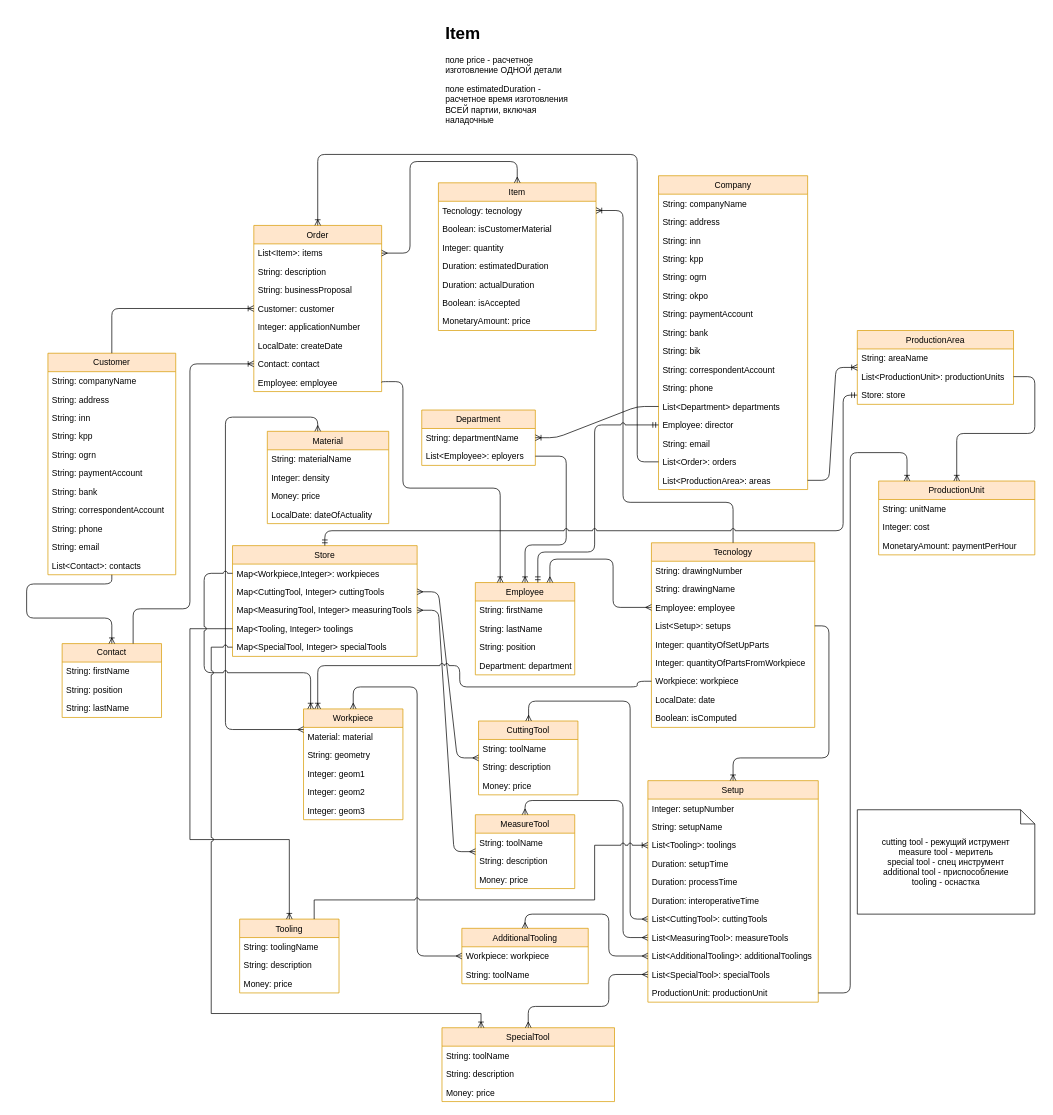
Shaman58/sfsb keeps this draw.io diagram as erp.drawio. Above is the earlier version. Source tidied: cells renumbered, new cells numbered last; positions are measured from the earlier drawing's top-left corner, leaving out a move shared by most shapes. Both pictures are drawn from the tidied source at 71%, with x=0, y=0 at pixel (26, 19).
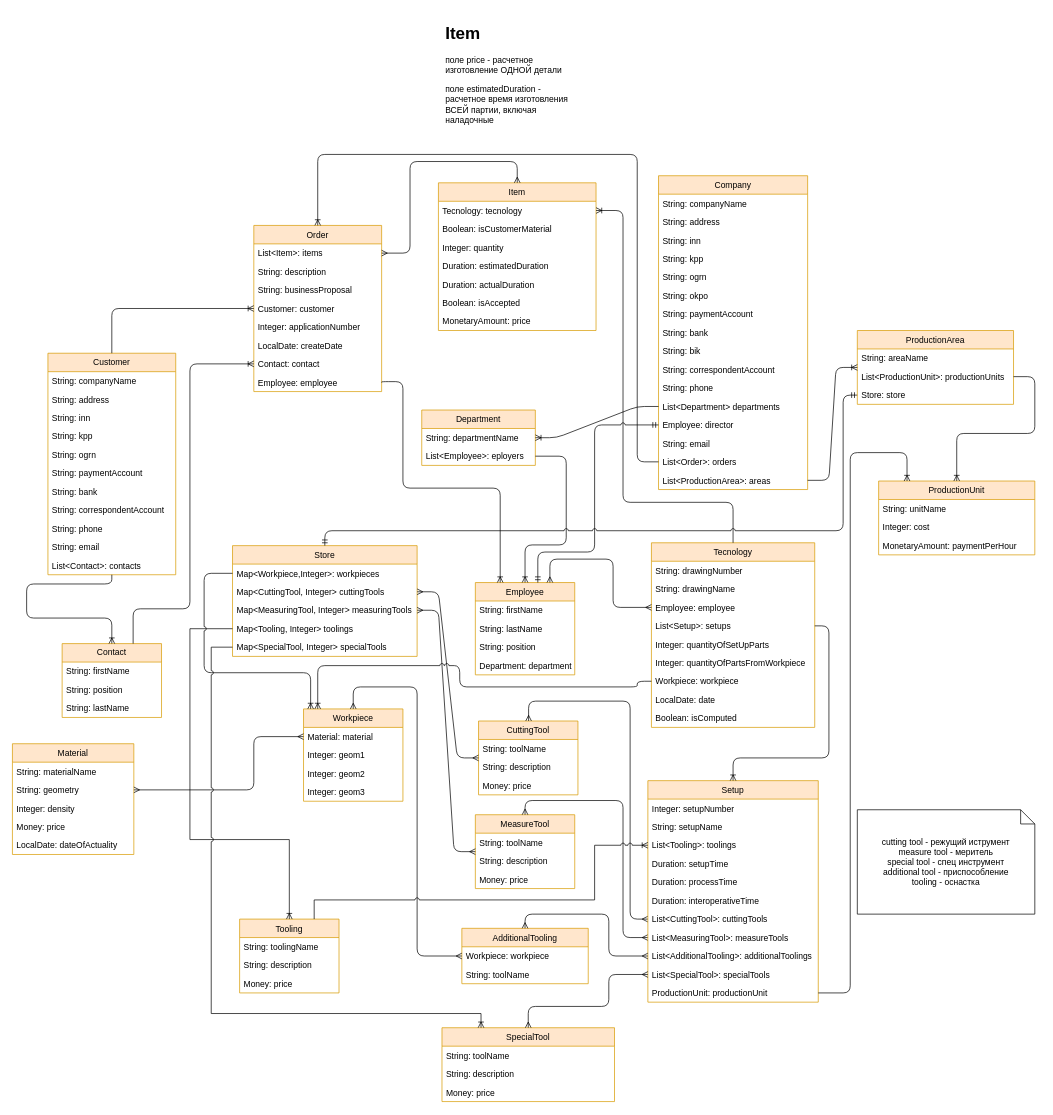
The same page after the edit.

The change refers to these unchanged cells:
```xml
<mxCell id="85" value="Material: material" style="text;strokeColor=none;fillColor=none;align=left;verticalAlign=top;spacingLeft=4;spacingRight=4;overflow=hidden;points=[[0,0.5],[1,0.5]];portConstraint=eastwest;" parent="84" vertex="1">
  <mxGeometry y="26" width="140" height="26" as="geometry" />
</mxCell>
```

Change to the diagram source:
```diff
@@
     <mxCell id="31" value="Material" style="swimlane;fontStyle=0;horizontal=1;startSize=26;fillColor=#ffe6cc;fontSize=12;strokeColor=#d79b00;" parent="1" vertex="1">
-      <mxGeometry x="339" y="580" width="171" height="130" as="geometry" />
+      <mxGeometry x="-20" y="1020" width="171" height="156" as="geometry" />
     </mxCell>
@@
+    <mxCell id="86" value="String: geometry" style="text;strokeColor=none;fillColor=none;align=left;verticalAlign=top;spacingLeft=4;spacingRight=4;overflow=hidden;" parent="31" vertex="1">
+      <mxGeometry y="52" width="171" height="26" as="geometry" />
+    </mxCell>
     <mxCell id="33" value="Integer: density" style="text;strokeColor=none;fillColor=none;align=left;verticalAlign=top;spacingLeft=4;spacingRight=4;overflow=hidden;" parent="31" vertex="1">
-      <mxGeometry y="52" width="171" height="26" as="geometry" />
+      <mxGeometry y="78" width="171" height="26" as="geometry" />
     </mxCell>
     <mxCell id="34" value="Money: price" style="text;strokeColor=none;fillColor=none;align=left;verticalAlign=top;spacingLeft=4;spacingRight=4;overflow=hidden;" parent="31" vertex="1">
-      <mxGeometry y="78" width="171" height="26" as="geometry" />
+      <mxGeometry y="104" width="171" height="26" as="geometry" />
     </mxCell>
     <mxCell id="35" value="LocalDate: dateOfActuality" style="text;strokeColor=none;fillColor=none;align=left;verticalAlign=top;spacingLeft=4;spacingRight=4;overflow=hidden;" parent="31" vertex="1">
-      <mxGeometry y="104" width="171" height="26" as="geometry" />
+      <mxGeometry y="130" width="171" height="26" as="geometry" />
     </mxCell>
@@
     <mxCell id="84" value="Workpiece" style="swimlane;fontStyle=0;horizontal=1;startSize=26;fillColor=#ffe6cc;fontSize=12;strokeColor=#d79b00;" parent="1" vertex="1">
-      <mxGeometry x="390" y="971" width="140" height="156" as="geometry" />
+      <mxGeometry x="390" y="971" width="140" height="130" as="geometry" />
     </mxCell>
@@
-    <mxCell id="86" value="String: geometry" style="text;strokeColor=none;fillColor=none;align=left;verticalAlign=top;spacingLeft=4;spacingRight=4;overflow=hidden;" parent="84" vertex="1">
-      <mxGeometry y="52" width="140" height="26" as="geometry" />
-    </mxCell>
     <mxCell id="87" value="Integer: geom1" style="text;strokeColor=none;fillColor=none;align=left;verticalAlign=top;spacingLeft=4;spacingRight=4;overflow=hidden;" parent="84" vertex="1">
-      <mxGeometry y="78" width="140" height="26" as="geometry" />
+      <mxGeometry y="52" width="140" height="26" as="geometry" />
     </mxCell>
     <mxCell id="88" value="Integer: geom2&#10;" style="text;strokeColor=none;fillColor=none;align=left;verticalAlign=top;spacingLeft=4;spacingRight=4;overflow=hidden;" parent="84" vertex="1">
-      <mxGeometry y="104" width="140" height="26" as="geometry" />
+      <mxGeometry y="78" width="140" height="26" as="geometry" />
     </mxCell>
     <mxCell id="89" value="Integer: geom3" style="text;strokeColor=none;fillColor=none;align=left;verticalAlign=top;spacingLeft=4;spacingRight=4;overflow=hidden;" parent="84" vertex="1">
-      <mxGeometry y="130" width="140" height="26" as="geometry" />
+      <mxGeometry y="104" width="140" height="26" as="geometry" />
     </mxCell>
     <mxCell id="90" style="edgeStyle=orthogonalEdgeStyle;fontSize=12;html=1;endArrow=ERmany;startArrow=ERmany;shadow=0;strokeColor=#000000;jumpStyle=arc;" parent="1" edge="1" source="85" target="31">
       <mxGeometry relative="1" as="geometry">
         <Array as="points">
-          <mxPoint x="280" y="1000" />
-          <mxPoint x="280" y="560" />
-          <mxPoint x="410" y="560" />
+          <mxPoint x="320" y="1010" />
+          <mxPoint x="320" y="1085" />
         </Array>
       </mxGeometry>
     </mxCell>
```
